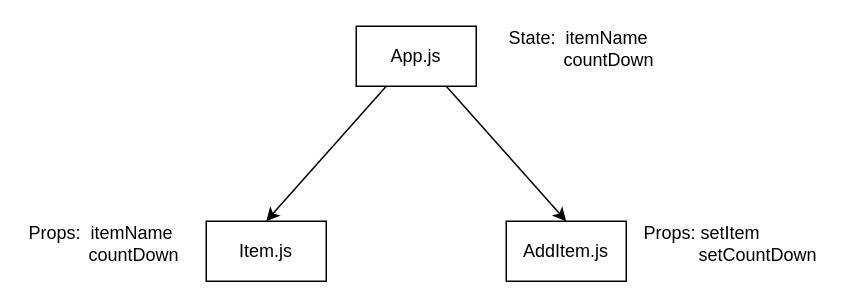
Above: timer_app/src/component_tree.drawio in georgeussher/timer_app (draw.io), before the change. Source tidied: cells renumbered, new cells numbered last; positions are measured from the earlier drawing's top-left corner, leaving out a move shared by most shapes. Both pictures are drawn from the tidied source at 150%, with x=0, y=0 at pixel (26, 26).
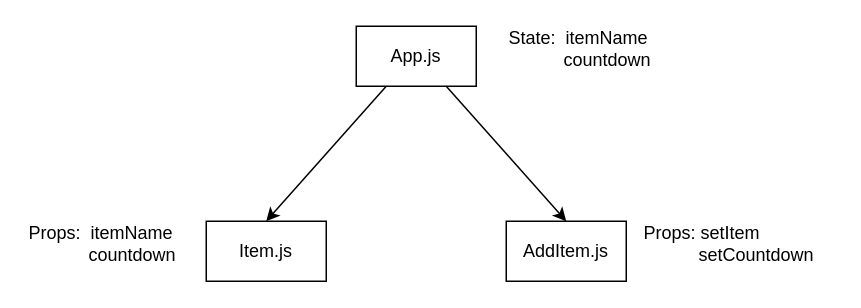
The same page after the edit.

Change to the diagram source:
```diff
@@
 <mxGraphModel>
   <root>
     <mxCell id="0" />
     <mxCell id="1" parent="0" />
     <mxCell id="2" style="edgeStyle=none;html=1;exitX=0.75;exitY=1;exitDx=0;exitDy=0;entryX=0.5;entryY=0;entryDx=0;entryDy=0;" parent="1" edge="1" source="4" target="5">
       <mxGeometry relative="1" as="geometry" />
     </mxCell>
     <mxCell id="3" style="edgeStyle=none;html=1;exitX=0.25;exitY=1;exitDx=0;exitDy=0;entryX=0.5;entryY=0;entryDx=0;entryDy=0;" parent="1" edge="1" source="4" target="6">
       <mxGeometry relative="1" as="geometry" />
     </mxCell>
     <mxCell id="4" value="App.js&lt;br&gt;" style="rounded=0;whiteSpace=wrap;html=1;" parent="1" vertex="1">
       <mxGeometry x="220" width="80" height="40" as="geometry" />
     </mxCell>
     <mxCell id="5" value="AddItem.js" style="rounded=0;whiteSpace=wrap;html=1;" parent="1" vertex="1">
       <mxGeometry x="320" y="130" width="80" height="40" as="geometry" />
     </mxCell>
     <mxCell id="6" value="Item.js" style="rounded=0;whiteSpace=wrap;html=1;" parent="1" vertex="1">
       <mxGeometry x="120" y="130" width="80" height="40" as="geometry" />
     </mxCell>
-    <mxCell id="7" value="State:&amp;nbsp; itemName&lt;br&gt;&lt;span style=&quot;white-space: pre;&quot;&gt;&#9;&lt;/span&gt;&amp;nbsp; &amp;nbsp;countDown&amp;nbsp;" style="text;html=1;strokeColor=none;fillColor=none;align=left;verticalAlign=middle;whiteSpace=wrap;rounded=0;" parent="1" vertex="1">
+    <mxCell id="7" value="State:&amp;nbsp; itemName&lt;br&gt;&lt;span style=&quot;white-space: pre;&quot;&gt;&#9;&lt;/span&gt;&amp;nbsp; &amp;nbsp;countdown&amp;nbsp;" style="text;html=1;strokeColor=none;fillColor=none;align=left;verticalAlign=middle;whiteSpace=wrap;rounded=0;" parent="1" vertex="1">
       <mxGeometry x="320" width="140" height="30" as="geometry" />
     </mxCell>
-    <mxCell id="8" value="Props: setItem&lt;br&gt;&lt;span style=&quot;white-space: pre;&quot;&gt;&#9;&lt;/span&gt;&amp;nbsp; &amp;nbsp;setCountDown" style="text;html=1;strokeColor=none;fillColor=none;align=left;verticalAlign=middle;whiteSpace=wrap;rounded=0;" parent="1" vertex="1">
+    <mxCell id="8" value="Props: setItem&lt;br&gt;&lt;span style=&quot;white-space: pre;&quot;&gt;&#9;&lt;/span&gt;&amp;nbsp; &amp;nbsp;setCountdown" style="text;html=1;strokeColor=none;fillColor=none;align=left;verticalAlign=middle;whiteSpace=wrap;rounded=0;" parent="1" vertex="1">
       <mxGeometry x="410" y="130" width="130" height="30" as="geometry" />
     </mxCell>
-    <mxCell id="9" value="Props:&amp;nbsp; itemName&lt;br&gt;&lt;span style=&quot;white-space: pre;&quot;&gt;&#9;&lt;/span&gt;&amp;nbsp; &amp;nbsp; countDown" style="text;html=1;strokeColor=none;fillColor=none;align=left;verticalAlign=middle;whiteSpace=wrap;rounded=0;" parent="1" vertex="1">
+    <mxCell id="9" value="Props:&amp;nbsp; itemName&lt;br&gt;&lt;span style=&quot;white-space: pre;&quot;&gt;&#9;&lt;/span&gt;&amp;nbsp; &amp;nbsp; countdown" style="text;html=1;strokeColor=none;fillColor=none;align=left;verticalAlign=middle;whiteSpace=wrap;rounded=0;" parent="1" vertex="1">
       <mxGeometry y="130" width="110" height="30" as="geometry" />
     </mxCell>
   </root>
 </mxGraphModel>
```
